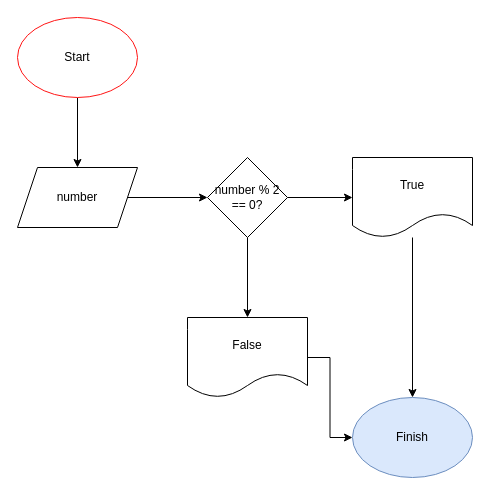
yourenoticed/gb keeps this draw.io diagram as block-schemes.drawio. Above is the earlier version. Source tidied: cells renumbered, new cells numbered last; positions are measured from the earlier drawing's top-left corner, leaving out a move shared by most shapes. Both pictures are drawn from the tidied source at 100%, with x=0, y=0 at pixel (17, 17).
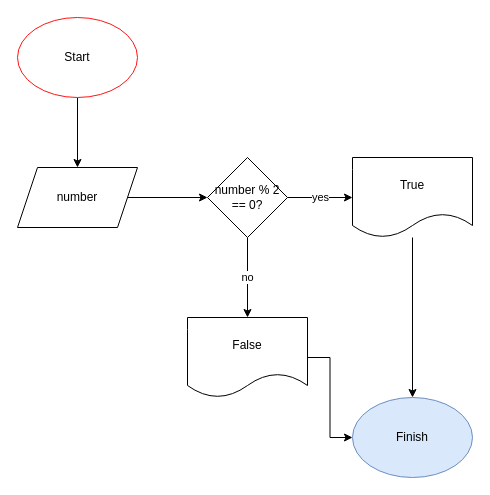
After the change.

Change to the diagram source:
```diff
@@
 <mxGraphModel>
   <root>
     <mxCell id="0" />
     <mxCell id="1" parent="0" />
     <mxCell id="2" style="edgeStyle=orthogonalEdgeStyle;rounded=0;jettySize=auto;html=1;" parent="1" edge="1" source="3" target="5">
       <mxGeometry relative="1" as="geometry" />
     </mxCell>
     <mxCell id="3" value="Start" style="ellipse;whiteSpace=wrap;html=1;strokeColor=#FF1414;" parent="1" vertex="1">
       <mxGeometry width="120" height="80" as="geometry" />
     </mxCell>
     <mxCell id="4" style="edgeStyle=orthogonalEdgeStyle;rounded=0;jettySize=auto;html=1;" parent="1" edge="1" source="5" target="8">
       <mxGeometry relative="1" as="geometry" />
     </mxCell>
     <mxCell id="5" value="number" style="shape=parallelogram;perimeter=parallelogramPerimeter;whiteSpace=wrap;html=1;fixedSize=1;" parent="1" vertex="1">
       <mxGeometry y="150" width="120" height="60" as="geometry" />
     </mxCell>
-    <mxCell id="6" style="edgeStyle=orthogonalEdgeStyle;rounded=0;jettySize=auto;html=1;" parent="1" edge="1" source="8" target="12">
+    <mxCell id="6" value="no" style="edgeStyle=orthogonalEdgeStyle;rounded=0;jettySize=auto;html=1;" parent="1" edge="1" source="8" target="12">
       <mxGeometry relative="1" as="geometry" />
     </mxCell>
-    <mxCell id="7" style="edgeStyle=orthogonalEdgeStyle;rounded=0;jettySize=auto;html=1;" parent="1" edge="1" source="8" target="10">
+    <mxCell id="7" value="yes" style="edgeStyle=orthogonalEdgeStyle;rounded=0;jettySize=auto;html=1;" parent="1" edge="1" source="8" target="10">
       <mxGeometry relative="1" as="geometry" />
     </mxCell>
     <mxCell id="8" value="number % 2 == 0?" style="rhombus;whiteSpace=wrap;html=1;" parent="1" vertex="1">
       <mxGeometry x="190" y="140" width="80" height="80" as="geometry" />
     </mxCell>
     <mxCell id="9" style="edgeStyle=orthogonalEdgeStyle;rounded=0;jettySize=auto;html=1;" parent="1" edge="1" source="10" target="13">
       <mxGeometry relative="1" as="geometry" />
     </mxCell>
     <mxCell id="10" value="True" style="shape=document;whiteSpace=wrap;html=1;boundedLbl=1;" parent="1" vertex="1">
       <mxGeometry x="335" y="140" width="120" height="80" as="geometry" />
     </mxCell>
     <mxCell id="11" style="edgeStyle=orthogonalEdgeStyle;rounded=0;jettySize=auto;html=1;entryX=0;entryY=0.5;entryDx=0;entryDy=0;" parent="1" edge="1" source="12" target="13">
       <mxGeometry relative="1" as="geometry" />
     </mxCell>
     <mxCell id="12" value="False" style="shape=document;whiteSpace=wrap;html=1;boundedLbl=1;" parent="1" vertex="1">
       <mxGeometry x="170" y="300" width="120" height="80" as="geometry" />
     </mxCell>
     <mxCell id="13" value="Finish" style="ellipse;whiteSpace=wrap;html=1;fillColor=#dae8fc;strokeColor=#6c8ebf;" parent="1" vertex="1">
       <mxGeometry x="335" y="380" width="120" height="80" as="geometry" />
     </mxCell>
   </root>
 </mxGraphModel>
```
